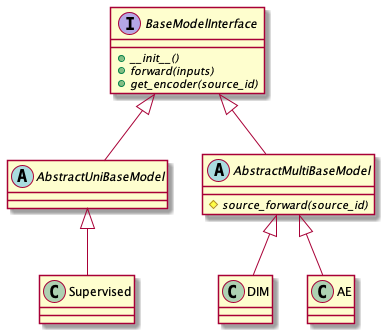
This is UML/model.png from Mrinal18/fusion, a PlantUML export, as it was before one commit. Source of this version:
```plantuml
@startuml

interface BaseModelInterface {
	{abstract} +__init__()
	{abstract} +forward(inputs)
	{abstract} +get_encoder(source_id)
}

abstract AbstractUniBaseModel
abstract AbstractMultiBaseModel {
	{abstract} #source_forward(source_id)
}

BaseModelInterface <|-- AbstractUniBaseModel
BaseModelInterface <|-- AbstractMultiBaseModel

class Supervised
class DIM
class AE

AbstractUniBaseModel <|-- Supervised
AbstractMultiBaseModel <|-- AE
AbstractMultiBaseModel <|-- DIM

@enduml
```
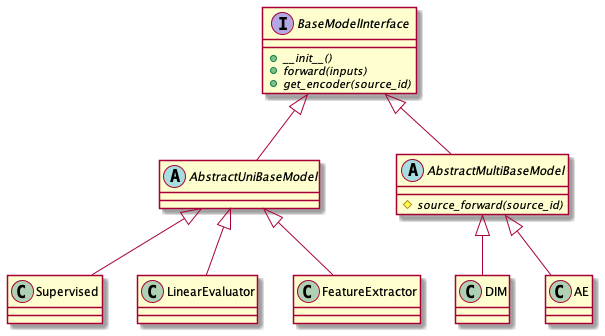
After the commit.

The edit, as a diff of the source:
```diff
@@ -17,9 +17,13 @@
 class Supervised
 class DIM
 class AE
+class LinearEvaluator
+class FeatureExtractor
 
 AbstractUniBaseModel <|-- Supervised
 AbstractMultiBaseModel <|-- AE
 AbstractMultiBaseModel <|-- DIM
+AbstractUniBaseModel <|-- LinearEvaluator
+AbstractUniBaseModel <|-- FeatureExtractor
 
 @enduml
```
